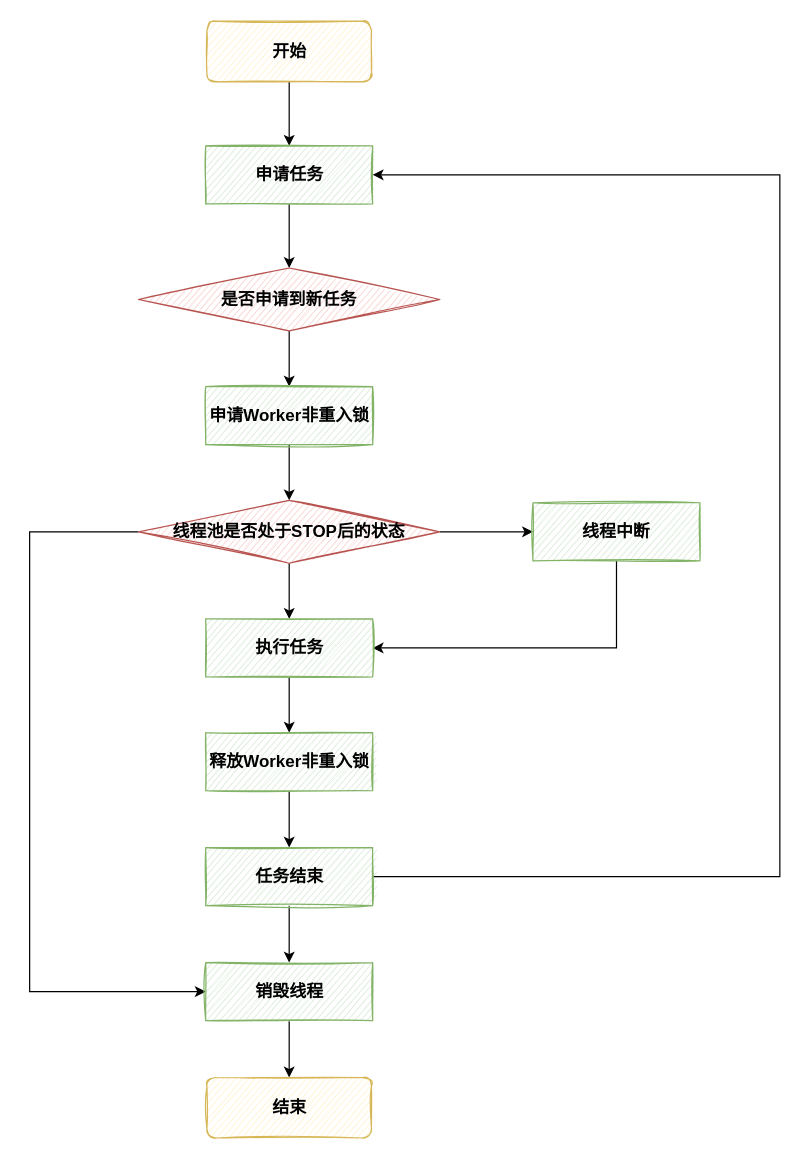
Above: 线程执行任务流程.drawio in LIULE8/drawio-store (draw.io), before the change. Source tidied: cells renumbered, new cells numbered last; positions are measured from the earlier drawing's top-left corner, leaving out a move shared by most shapes. Both pictures are drawn from the tidied source at 121%, with x=0, y=0 at pixel (29, 21).
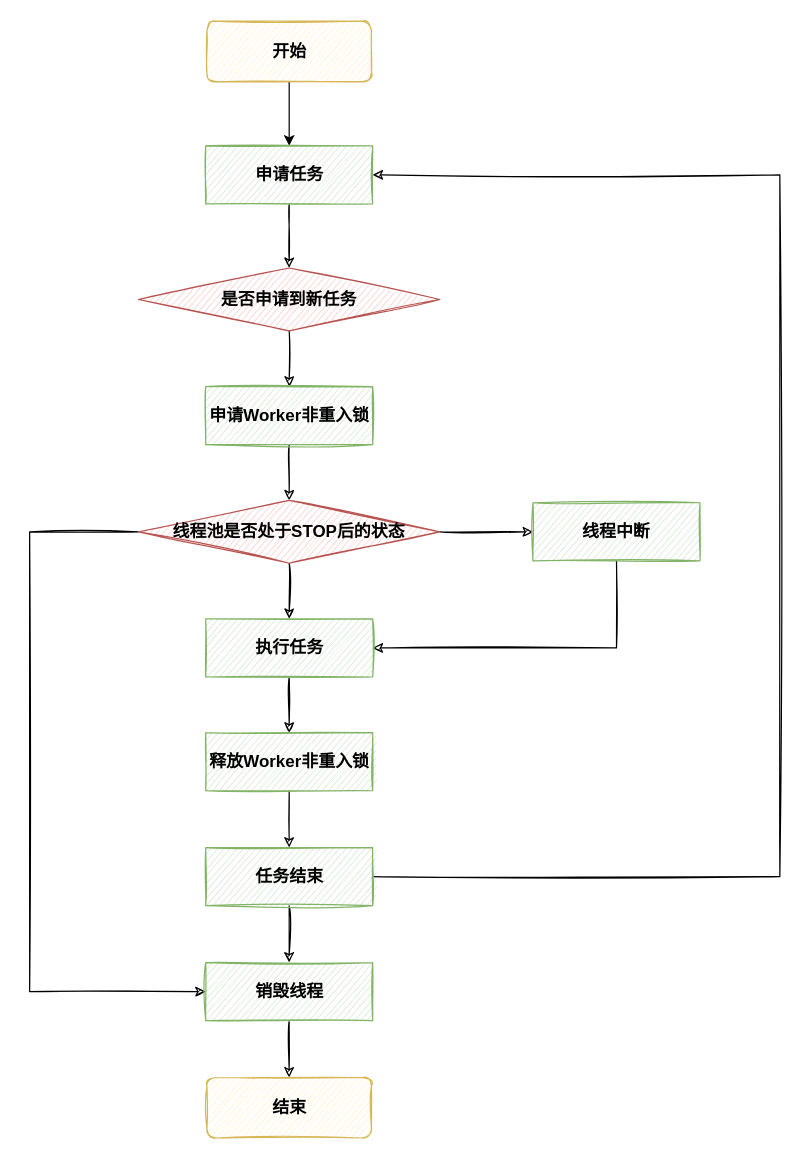
The same diagram, later.

Commit message (it also covers changes not shown here):
更新线程执行任务流程.drawio

The change refers to these unchanged cells:
```xml
<mxCell id="5" value="&lt;b&gt;申请任务&lt;/b&gt;" style="rounded=0;whiteSpace=wrap;html=1;fontSize=14;fillColor=#d5e8d4;strokeColor=#82b366;sketch=1;" parent="1" vertex="1">
  <mxGeometry x="145.5" y="103" width="138" height="48" as="geometry" />
</mxCell>
<mxCell id="7" value="&lt;b&gt;是否申请到新任务&lt;/b&gt;" style="rhombus;whiteSpace=wrap;html=1;sketch=1;fontSize=14;fillColor=#f8cecc;strokeColor=#b85450;" parent="1" vertex="1">
  <mxGeometry x="90" y="204" width="249" height="52" as="geometry" />
</mxCell>
<mxCell id="9" value="&lt;b&gt;申请Worker非重入锁&lt;/b&gt;" style="rounded=0;whiteSpace=wrap;html=1;fontSize=14;fillColor=#d5e8d4;strokeColor=#82b366;sketch=1;" parent="1" vertex="1">
  <mxGeometry x="145.5" y="302" width="138" height="48" as="geometry" />
</mxCell>
<mxCell id="13" value="&lt;b&gt;线程池是否处于STOP后的状态&lt;/b&gt;" style="rhombus;whiteSpace=wrap;html=1;sketch=1;fontSize=14;fillColor=#f8cecc;strokeColor=#b85450;" parent="1" vertex="1">
  <mxGeometry x="90" y="396" width="249" height="52" as="geometry" />
</mxCell>
<mxCell id="15" value="&lt;b&gt;线程中断&lt;/b&gt;" style="rounded=0;whiteSpace=wrap;html=1;fontSize=14;fillColor=#d5e8d4;strokeColor=#82b366;sketch=1;" parent="1" vertex="1">
  <mxGeometry x="416" y="398" width="138" height="48" as="geometry" />
</mxCell>
<mxCell id="17" value="&lt;b&gt;执行任务&lt;/b&gt;" style="rounded=0;whiteSpace=wrap;html=1;fontSize=14;fillColor=#d5e8d4;strokeColor=#82b366;sketch=1;" parent="1" vertex="1">
  <mxGeometry x="145.5" y="494" width="138" height="48" as="geometry" />
</mxCell>
<mxCell id="19" value="&lt;b&gt;释放Worker非重入锁&lt;/b&gt;" style="rounded=0;whiteSpace=wrap;html=1;fontSize=14;fillColor=#d5e8d4;strokeColor=#82b366;sketch=1;" parent="1" vertex="1">
  <mxGeometry x="145.5" y="588" width="138" height="48" as="geometry" />
</mxCell>
<mxCell id="22" value="&lt;b&gt;任务结束&lt;/b&gt;" style="rounded=0;whiteSpace=wrap;html=1;fontSize=14;fillColor=#d5e8d4;strokeColor=#82b366;sketch=1;" parent="1" vertex="1">
  <mxGeometry x="145.5" y="683" width="138" height="48" as="geometry" />
</mxCell>
<mxCell id="24" value="&lt;b&gt;销毁线程&lt;/b&gt;" style="rounded=0;whiteSpace=wrap;html=1;fontSize=14;fillColor=#d5e8d4;strokeColor=#82b366;sketch=1;" parent="1" vertex="1">
  <mxGeometry x="145.5" y="778" width="138" height="48" as="geometry" />
</mxCell>
<mxCell id="25" value="&lt;span style=&quot;font-size: 14px&quot;&gt;&lt;b&gt;结束&lt;/b&gt;&lt;/span&gt;" style="rounded=1;whiteSpace=wrap;html=1;fillColor=#fff2cc;strokeColor=#d6b656;sketch=1;" parent="1" vertex="1">
  <mxGeometry x="146.5" y="873" width="136" height="50" as="geometry" />
</mxCell>
```

Diff of the diagram source:
```diff
@@
-    <mxCell id="4" style="edgeStyle=orthogonalEdgeStyle;rounded=0;jettySize=auto;html=1;" parent="1" edge="1" source="5" target="7">
+    <mxCell id="4" style="edgeStyle=orthogonalEdgeStyle;rounded=0;jettySize=auto;html=1;sketch=1;" parent="1" edge="1" source="5" target="7">
       <mxGeometry relative="1" as="geometry" />
     </mxCell>
@@
-    <mxCell id="6" style="edgeStyle=orthogonalEdgeStyle;rounded=0;jettySize=auto;html=1;" parent="1" edge="1" source="7" target="9">
+    <mxCell id="6" style="edgeStyle=orthogonalEdgeStyle;rounded=0;jettySize=auto;html=1;sketch=1;" parent="1" edge="1" source="7" target="9">
       <mxGeometry relative="1" as="geometry" />
     </mxCell>
@@
-    <mxCell id="8" style="edgeStyle=orthogonalEdgeStyle;rounded=0;jettySize=auto;html=1;" parent="1" edge="1" source="9" target="13">
+    <mxCell id="8" style="edgeStyle=orthogonalEdgeStyle;rounded=0;jettySize=auto;html=1;sketch=1;" parent="1" edge="1" source="9" target="13">
       <mxGeometry relative="1" as="geometry" />
     </mxCell>
@@
-    <mxCell id="10" style="edgeStyle=orthogonalEdgeStyle;rounded=0;jettySize=auto;html=1;" parent="1" edge="1" source="13" target="17">
+    <mxCell id="10" style="edgeStyle=orthogonalEdgeStyle;rounded=0;jettySize=auto;html=1;sketch=1;" parent="1" edge="1" source="13" target="17">
       <mxGeometry relative="1" as="geometry" />
     </mxCell>
-    <mxCell id="11" style="edgeStyle=orthogonalEdgeStyle;rounded=0;jettySize=auto;html=1;" parent="1" edge="1" source="13" target="15">
+    <mxCell id="11" style="edgeStyle=orthogonalEdgeStyle;rounded=0;jettySize=auto;html=1;sketch=1;" parent="1" edge="1" source="13" target="15">
       <mxGeometry relative="1" as="geometry" />
     </mxCell>
-    <mxCell id="12" style="edgeStyle=orthogonalEdgeStyle;rounded=0;jettySize=auto;html=1;entryX=0;entryY=0.5;entryDx=0;entryDy=0;" parent="1" edge="1" source="13" target="24">
+    <mxCell id="12" style="edgeStyle=orthogonalEdgeStyle;rounded=0;jettySize=auto;html=1;entryX=0;entryY=0.5;entryDx=0;entryDy=0;sketch=1;" parent="1" edge="1" source="13" target="24">
       <mxGeometry relative="1" as="geometry">
         <Array as="points">
           <mxPoint y="422" />
           <mxPoint y="802" />
         </Array>
       </mxGeometry>
     </mxCell>
@@
-    <mxCell id="14" style="edgeStyle=orthogonalEdgeStyle;rounded=0;jettySize=auto;html=1;entryX=1;entryY=0.5;entryDx=0;entryDy=0;" parent="1" edge="1" source="15" target="17">
+    <mxCell id="14" style="edgeStyle=orthogonalEdgeStyle;rounded=0;jettySize=auto;html=1;entryX=1;entryY=0.5;entryDx=0;entryDy=0;sketch=1;" parent="1" edge="1" source="15" target="17">
       <mxGeometry relative="1" as="geometry">
         <Array as="points">
           <mxPoint x="485" y="518" />
         </Array>
       </mxGeometry>
     </mxCell>
@@
-    <mxCell id="16" style="edgeStyle=orthogonalEdgeStyle;rounded=0;jettySize=auto;html=1;" parent="1" edge="1" source="17" target="19">
+    <mxCell id="16" style="edgeStyle=orthogonalEdgeStyle;rounded=0;jettySize=auto;html=1;sketch=1;" parent="1" edge="1" source="17" target="19">
       <mxGeometry relative="1" as="geometry" />
     </mxCell>
@@
-    <mxCell id="18" style="edgeStyle=orthogonalEdgeStyle;rounded=0;jettySize=auto;html=1;" parent="1" edge="1" source="19" target="22">
+    <mxCell id="18" style="edgeStyle=orthogonalEdgeStyle;rounded=0;jettySize=auto;html=1;sketch=1;" parent="1" edge="1" source="19" target="22">
       <mxGeometry relative="1" as="geometry" />
     </mxCell>
@@
-    <mxCell id="20" style="edgeStyle=orthogonalEdgeStyle;rounded=0;jettySize=auto;html=1;" parent="1" edge="1" source="22" target="24">
+    <mxCell id="20" style="edgeStyle=orthogonalEdgeStyle;rounded=0;jettySize=auto;html=1;sketch=1;" parent="1" edge="1" source="22" target="24">
       <mxGeometry relative="1" as="geometry" />
     </mxCell>
-    <mxCell id="21" style="edgeStyle=orthogonalEdgeStyle;rounded=0;jettySize=auto;html=1;entryX=1;entryY=0.5;entryDx=0;entryDy=0;" parent="1" edge="1" source="22" target="5">
+    <mxCell id="21" style="edgeStyle=orthogonalEdgeStyle;rounded=0;jettySize=auto;html=1;entryX=1;entryY=0.5;entryDx=0;entryDy=0;sketch=1;" parent="1" edge="1" source="22" target="5">
       <mxGeometry relative="1" as="geometry">
         <Array as="points">
           <mxPoint x="620" y="707" />
           <mxPoint x="620" y="127" />
         </Array>
       </mxGeometry>
     </mxCell>
@@
-    <mxCell id="23" style="edgeStyle=orthogonalEdgeStyle;rounded=0;jettySize=auto;html=1;" parent="1" edge="1" source="24" target="25">
+    <mxCell id="23" style="edgeStyle=orthogonalEdgeStyle;rounded=0;jettySize=auto;html=1;sketch=1;" parent="1" edge="1" source="24" target="25">
       <mxGeometry relative="1" as="geometry" />
     </mxCell>
```
